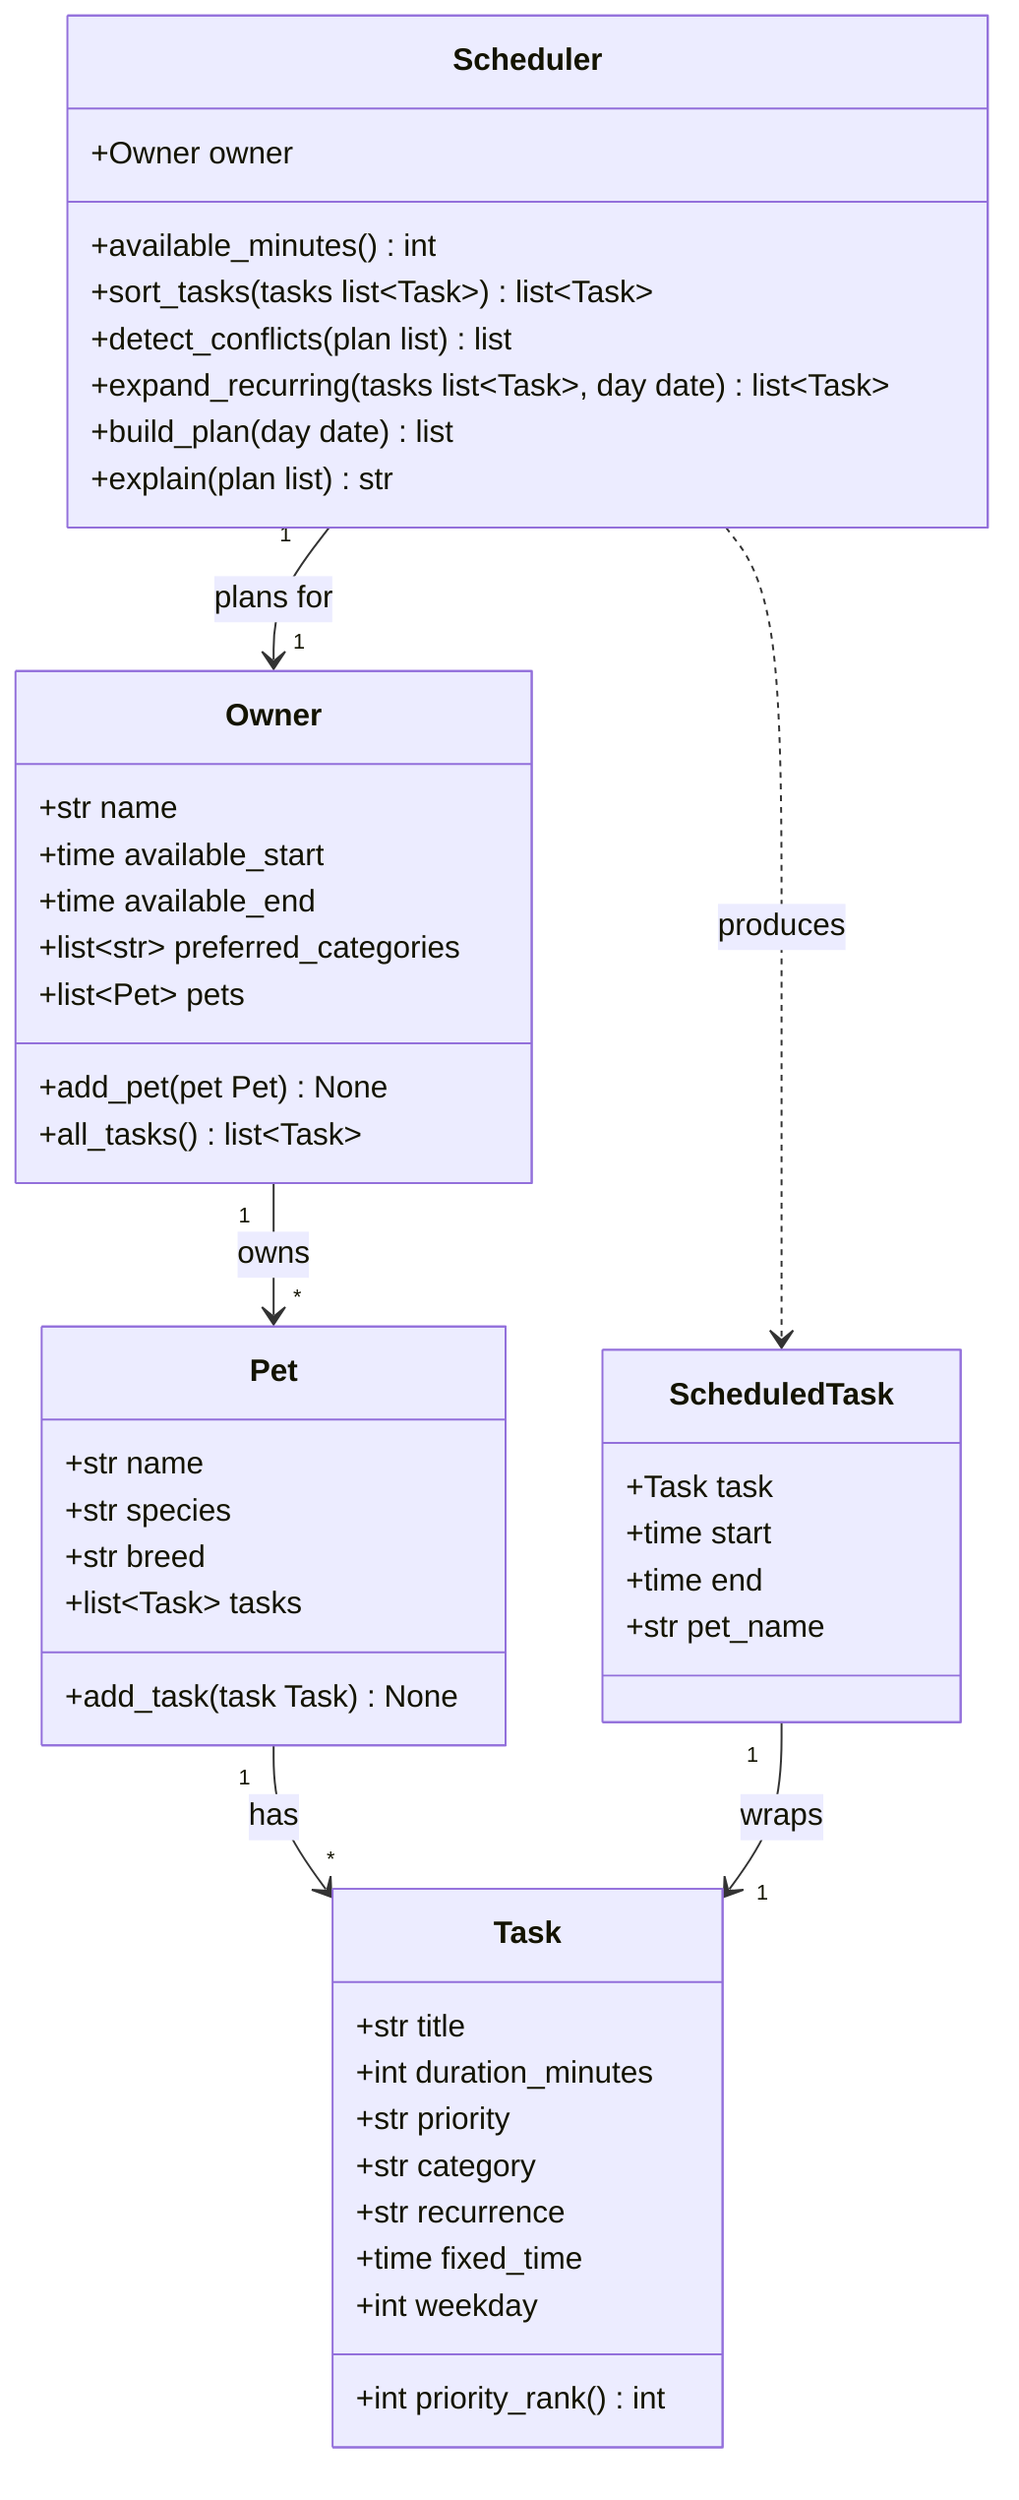
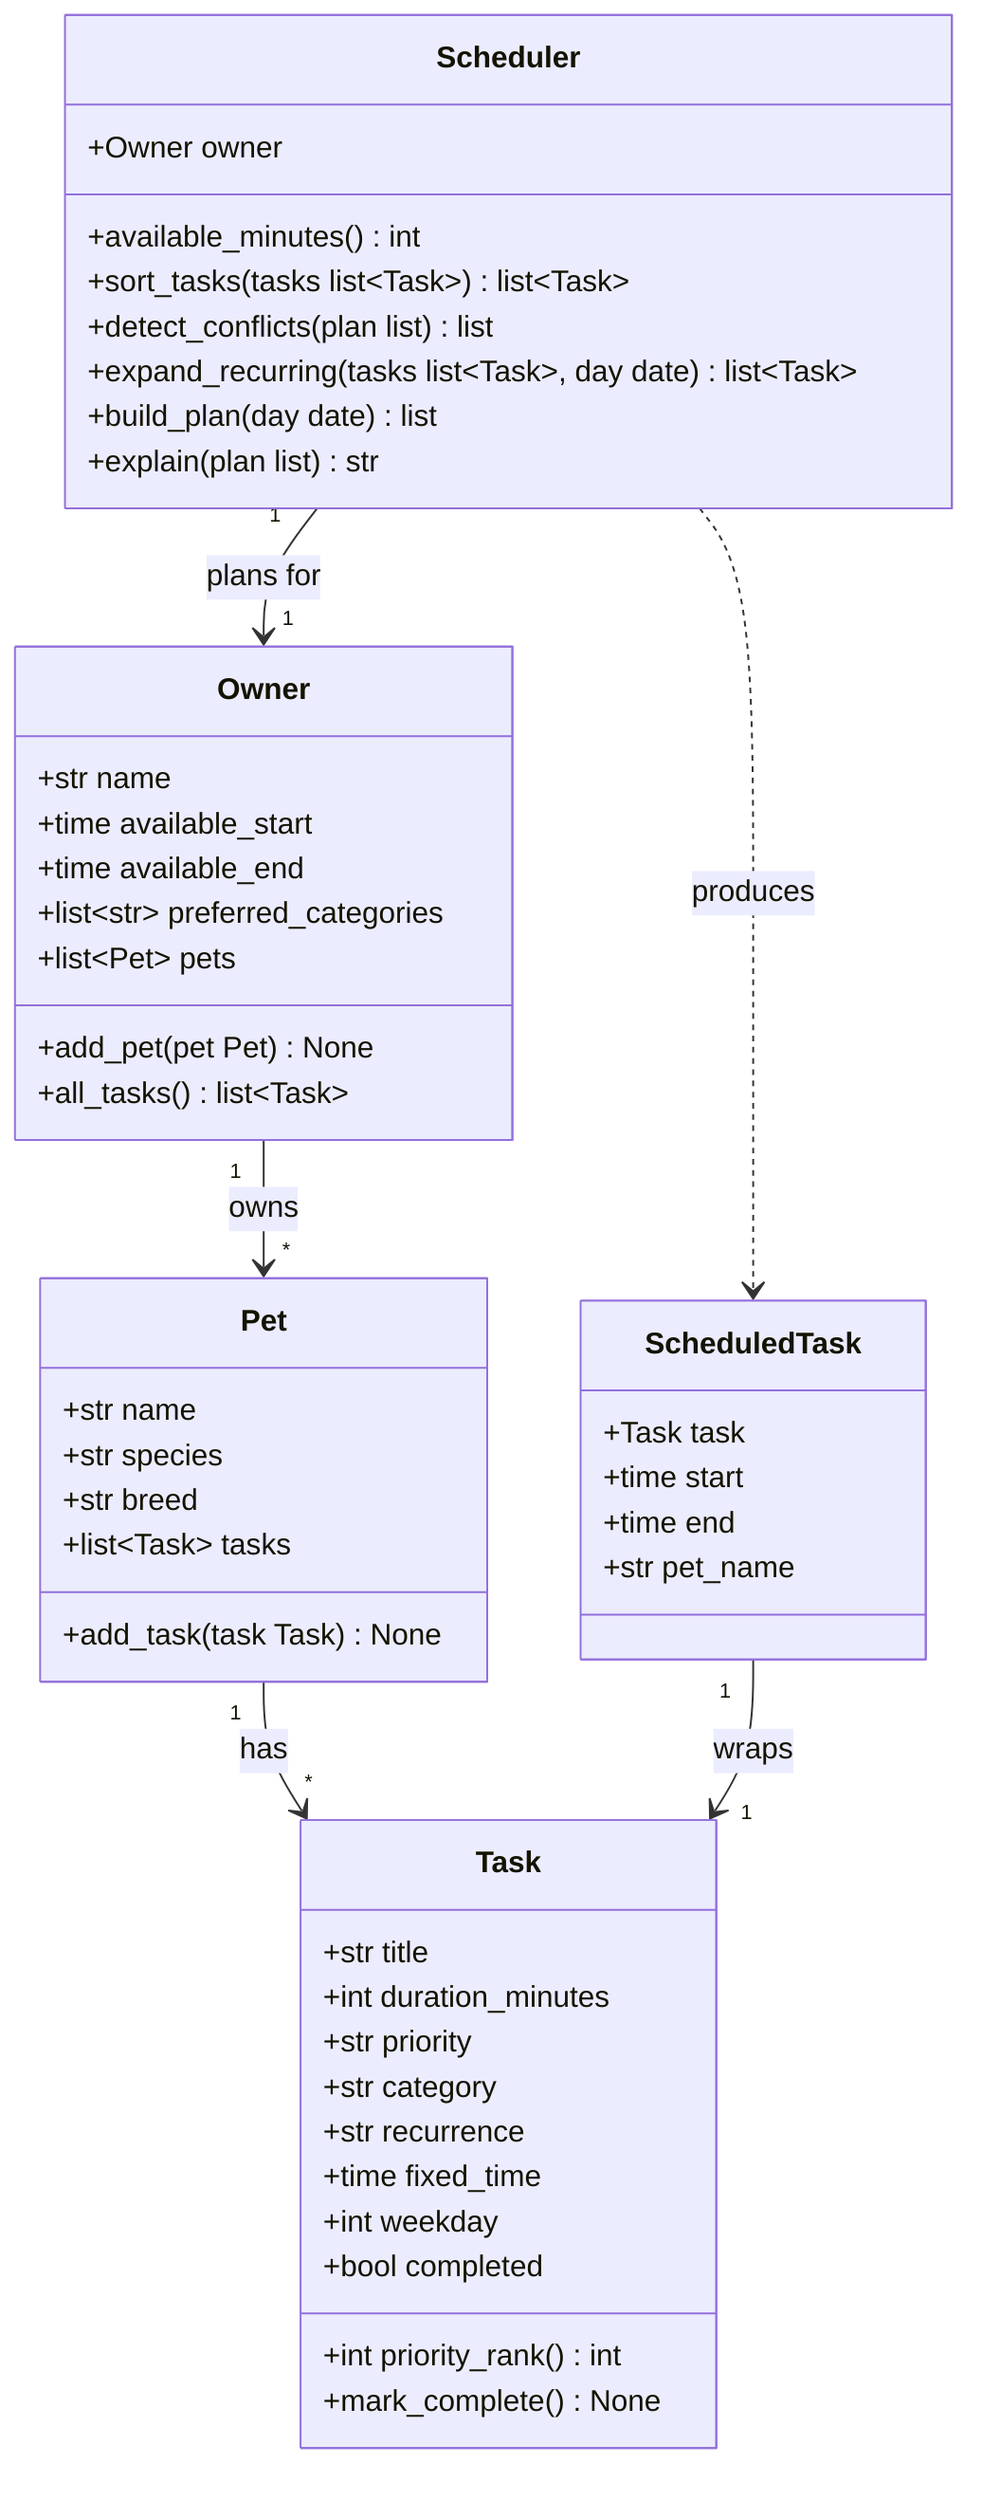
classDiagram
    %% PawPal+ system design (Phase 1 draft).
    %% Keep this file updated so it matches the final implementation in pawpal_system.py.

    class Owner {
        +str name
        +time available_start
        +time available_end
        +list~str~ preferred_categories
        +list~Pet~ pets
        +add_pet(pet Pet) None
        +all_tasks() list~Task~
    }

    class Pet {
        +str name
        +str species
        +str breed
        +list~Task~ tasks
        +add_task(task Task) None
    }

    class Task {
        +str title
        +int duration_minutes
        +str priority
        +str category
        +str recurrence
        +time fixed_time
        +int weekday
+         +bool completed
        +int priority_rank() int
+         +mark_complete() None
    }

    class ScheduledTask {
        +Task task
        +time start
        +time end
        +str pet_name
    }

    class Scheduler {
        +Owner owner
        +available_minutes() int
        +sort_tasks(tasks list~Task~) list~Task~
        +detect_conflicts(plan list) list
        +expand_recurring(tasks list~Task~, day date) list~Task~
        +build_plan(day date) list
        +explain(plan list) str
    }

    Owner "1" --> "*" Pet : owns
    Pet "1" --> "*" Task : has
    Scheduler "1" --> "1" Owner : plans for
    Scheduler ..> ScheduledTask : produces
    ScheduledTask "1" --> "1" Task : wraps
